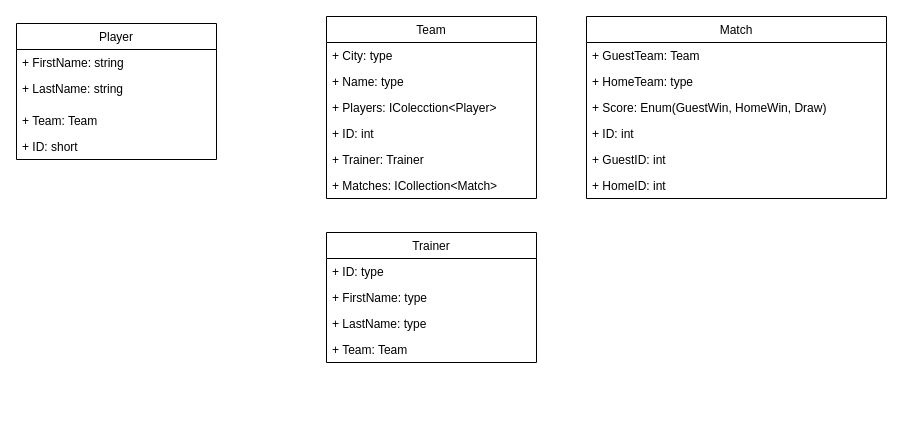
The draw.io diagram AspNetMVC_classes/AspNetMVC_class9-10/Matches Diagram.drawio in igorbajatovski/sedc, before the edit. Source tidied: cells renumbered, new cells numbered last; positions are measured from the earlier drawing's top-left corner, leaving out a move shared by most shapes. Both pictures are drawn from the tidied source at 100%, with x=0, y=0 at pixel (16, 16).
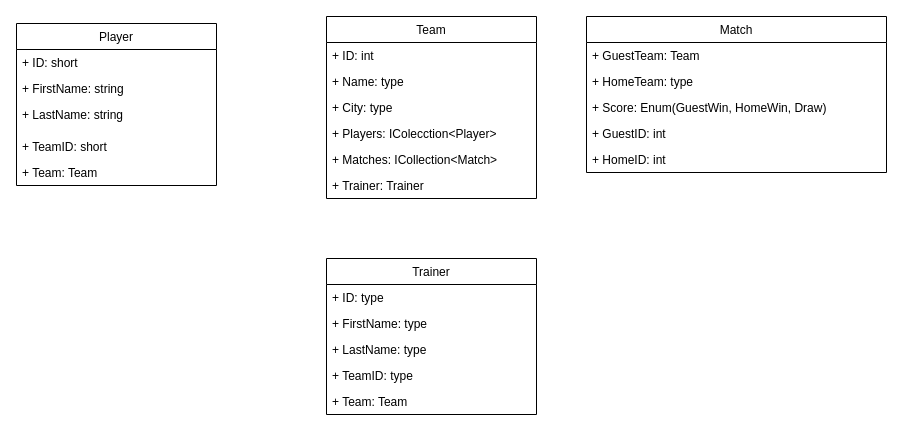
After the change.

Unchanged cells that the change refers to:
```xml
<mxCell id="7" value="Team" style="swimlane;fontStyle=0;horizontal=1;startSize=26;fillColor=none;" parent="1" vertex="1">
  <mxGeometry x="310" width="210" height="182" as="geometry" />
</mxCell>
```

What changed in the source:
```diff
@@
     <mxCell id="2" value="Player" style="swimlane;fontStyle=0;horizontal=1;startSize=26;fillColor=none;" parent="1" vertex="1">
-      <mxGeometry y="7" width="200" height="136" as="geometry" />
+      <mxGeometry y="7" width="200" height="162" as="geometry" />
     </mxCell>
+    <mxCell id="6" value="+ ID: short" style="text;strokeColor=none;fillColor=none;align=left;verticalAlign=top;spacingLeft=4;spacingRight=4;overflow=hidden;" parent="2" vertex="1">
+      <mxGeometry y="26" width="200" height="26" as="geometry" />
+    </mxCell>
     <mxCell id="3" value="+ FirstName: string" style="text;strokeColor=none;fillColor=none;align=left;verticalAlign=top;spacingLeft=4;spacingRight=4;overflow=hidden;" parent="2" vertex="1">
-      <mxGeometry y="26" width="200" height="26" as="geometry" />
+      <mxGeometry y="52" width="200" height="26" as="geometry" />
     </mxCell>
     <mxCell id="4" value="+ LastName: string" style="text;strokeColor=none;fillColor=none;align=left;verticalAlign=top;spacingLeft=4;spacingRight=4;overflow=hidden;" parent="2" vertex="1">
-      <mxGeometry y="52" width="200" height="32" as="geometry" />
+      <mxGeometry y="78" width="200" height="32" as="geometry" />
     </mxCell>
+    <mxCell id="26" value="+ TeamID: short" style="text;strokeColor=none;fillColor=none;align=left;verticalAlign=top;spacingLeft=4;spacingRight=4;overflow=hidden;" parent="2" vertex="1">
+      <mxGeometry y="110" width="200" height="26" as="geometry" />
+    </mxCell>
     <mxCell id="5" value="+ Team: Team" style="text;strokeColor=none;fillColor=none;align=left;verticalAlign=top;spacingLeft=4;spacingRight=4;overflow=hidden;" parent="2" vertex="1">
-      <mxGeometry y="84" width="200" height="26" as="geometry" />
+      <mxGeometry y="136" width="200" height="26" as="geometry" />
     </mxCell>
-    <mxCell id="6" value="+ ID: short" style="text;strokeColor=none;fillColor=none;align=left;verticalAlign=top;spacingLeft=4;spacingRight=4;overflow=hidden;" parent="2" vertex="1">
-      <mxGeometry y="110" width="200" height="26" as="geometry" />
-    </mxCell>
@@
+    <mxCell id="11" value="+ ID: int" style="text;strokeColor=none;fillColor=none;align=left;verticalAlign=top;spacingLeft=4;spacingRight=4;overflow=hidden;" parent="7" vertex="1">
+      <mxGeometry y="26" width="210" height="26" as="geometry" />
+    </mxCell>
+    <mxCell id="9" value="+ Name: type" style="text;strokeColor=none;fillColor=none;align=left;verticalAlign=top;spacingLeft=4;spacingRight=4;overflow=hidden;" parent="7" vertex="1">
+      <mxGeometry y="52" width="210" height="26" as="geometry" />
+    </mxCell>
     <mxCell id="8" value="+ City: type" style="text;strokeColor=none;fillColor=none;align=left;verticalAlign=top;spacingLeft=4;spacingRight=4;overflow=hidden;" parent="7" vertex="1">
-      <mxGeometry y="26" width="210" height="26" as="geometry" />
+      <mxGeometry y="78" width="210" height="26" as="geometry" />
     </mxCell>
-    <mxCell id="9" value="+ Name: type" style="text;strokeColor=none;fillColor=none;align=left;verticalAlign=top;spacingLeft=4;spacingRight=4;overflow=hidden;" parent="7" vertex="1">
-      <mxGeometry y="52" width="210" height="26" as="geometry" />
-    </mxCell>
     <mxCell id="10" value="+ Players: IColecction&lt;Player&gt;" style="text;strokeColor=none;fillColor=none;align=left;verticalAlign=top;spacingLeft=4;spacingRight=4;overflow=hidden;" parent="7" vertex="1">
-      <mxGeometry y="78" width="210" height="26" as="geometry" />
+      <mxGeometry y="104" width="210" height="26" as="geometry" />
     </mxCell>
-    <mxCell id="11" value="+ ID: int" style="text;strokeColor=none;fillColor=none;align=left;verticalAlign=top;spacingLeft=4;spacingRight=4;overflow=hidden;" parent="7" vertex="1">
-      <mxGeometry y="104" width="210" height="26" as="geometry" />
-    </mxCell>
+    <mxCell id="13" value="+ Matches: ICollection&lt;Match&gt;" style="text;strokeColor=none;fillColor=none;align=left;verticalAlign=top;spacingLeft=4;spacingRight=4;overflow=hidden;" parent="7" vertex="1">
+      <mxGeometry y="130" width="210" height="26" as="geometry" />
+    </mxCell>
     <mxCell id="12" value="+ Trainer: Trainer" style="text;strokeColor=none;fillColor=none;align=left;verticalAlign=top;spacingLeft=4;spacingRight=4;overflow=hidden;" parent="7" vertex="1">
-      <mxGeometry y="130" width="210" height="26" as="geometry" />
+      <mxGeometry y="156" width="210" height="26" as="geometry" />
     </mxCell>
-    <mxCell id="13" value="+ Matches: ICollection&lt;Match&gt;" style="text;strokeColor=none;fillColor=none;align=left;verticalAlign=top;spacingLeft=4;spacingRight=4;overflow=hidden;" parent="7" vertex="1">
-      <mxGeometry y="156" width="210" height="26" as="geometry" />
-    </mxCell>
     <mxCell id="14" value="Match" style="swimlane;fontStyle=0;horizontal=1;startSize=26;fillColor=none;" parent="1" vertex="1">
-      <mxGeometry x="570" width="300" height="182" as="geometry" />
+      <mxGeometry x="570" width="300" height="156" as="geometry" />
     </mxCell>
@@
-    <mxCell id="18" value="+ ID: int" style="text;strokeColor=none;fillColor=none;align=left;verticalAlign=top;spacingLeft=4;spacingRight=4;overflow=hidden;" parent="14" vertex="1">
-      <mxGeometry y="104" width="300" height="26" as="geometry" />
-    </mxCell>
     <mxCell id="19" value="+ GuestID: int" style="text;strokeColor=none;fillColor=none;align=left;verticalAlign=top;spacingLeft=4;spacingRight=4;overflow=hidden;" parent="14" vertex="1">
-      <mxGeometry y="130" width="300" height="26" as="geometry" />
+      <mxGeometry y="104" width="300" height="26" as="geometry" />
     </mxCell>
     <mxCell id="20" value="+ HomeID: int" style="text;strokeColor=none;fillColor=none;align=left;verticalAlign=top;spacingLeft=4;spacingRight=4;overflow=hidden;" parent="14" vertex="1">
-      <mxGeometry y="156" width="300" height="26" as="geometry" />
+      <mxGeometry y="130" width="300" height="26" as="geometry" />
     </mxCell>
     <mxCell id="21" value="Trainer" style="swimlane;fontStyle=0;horizontal=1;startSize=26;fillColor=none;" parent="1" vertex="1">
-      <mxGeometry x="310" y="216" width="210" height="130" as="geometry" />
+      <mxGeometry x="310" y="242" width="210" height="156" as="geometry" />
     </mxCell>
@@
+    <mxCell id="27" value="+ TeamID: type" style="text;strokeColor=none;fillColor=none;align=left;verticalAlign=top;spacingLeft=4;spacingRight=4;overflow=hidden;" parent="21" vertex="1">
+      <mxGeometry y="104" width="210" height="26" as="geometry" />
+    </mxCell>
     <mxCell id="25" value="+ Team: Team" style="text;strokeColor=none;fillColor=none;align=left;verticalAlign=top;spacingLeft=4;spacingRight=4;overflow=hidden;" parent="21" vertex="1">
-      <mxGeometry y="104" width="210" height="26" as="geometry" />
+      <mxGeometry y="130" width="210" height="26" as="geometry" />
     </mxCell>
```
